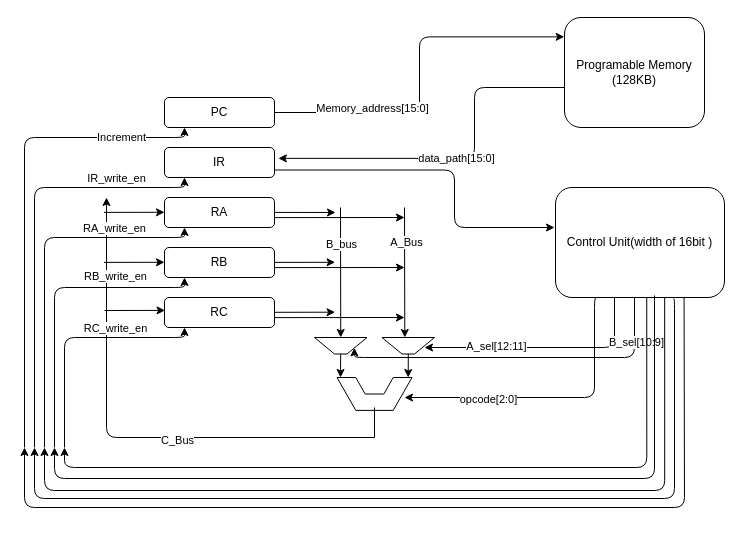
Before: Untitled Diagram.drawio in yasastharinda9511/small_processor, a draw.io diagram. Source tidied: cells renumbered, new cells numbered last; positions are measured from the earlier drawing's top-left corner, leaving out a move shared by most shapes. Both pictures are drawn from the tidied source at 100%, with x=0, y=0 at pixel (24, 17).
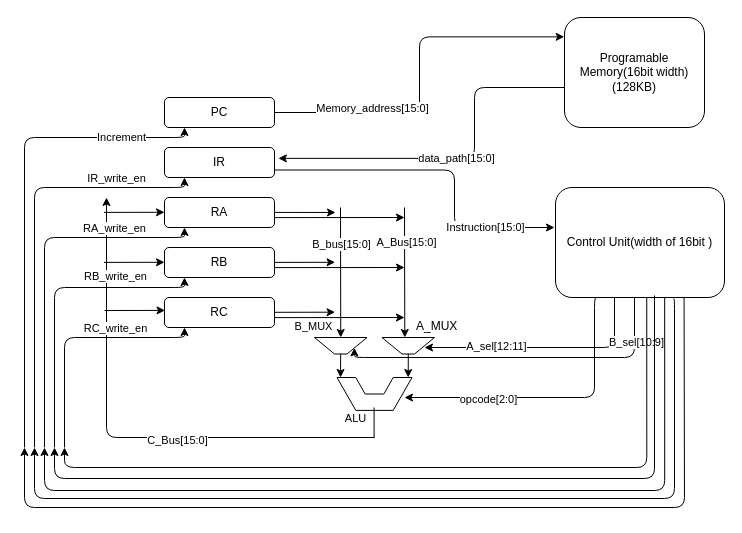
The same diagram, later.

Unchanged cells that the change refers to:
```xml
<mxCell id="10" style="group;" parent="7" vertex="1">
  <mxGeometry x="22.5" y="40" width="75" height="32.9" as="geometry" />
</mxCell>
<mxCell id="13" style="endArrow=none;html=1;" parent="10" edge="1">
  <mxGeometry relative="1" as="geometry">
    <mxPoint x="18.8" y="32.9" as="sourcePoint" />
    <mxPoint as="targetPoint" />
  </mxGeometry>
</mxCell>
<mxCell id="21" style="edgeStyle=segmentEdgeStyle;endArrow=classic;html=1;jumpSize=0;" parent="1" edge="1">
  <mxGeometry relative="1" as="geometry">
    <mxPoint x="350" y="420" as="sourcePoint" />
    <mxPoint x="82" y="180" as="targetPoint" />
  </mxGeometry>
</mxCell>
<mxCell id="27" style="endArrow=classic;html=1;strokeWidth=1;entryX=0.5;entryY=1;entryDx=0;entryDy=0;" parent="1" edge="1" target="8">
  <mxGeometry relative="1" as="geometry">
    <mxPoint x="316" y="190" as="sourcePoint" />
  </mxGeometry>
</mxCell>
<mxCell id="29" style="endArrow=classic;html=1;strokeWidth=1;entryX=0.5;entryY=1;entryDx=0;entryDy=0;" parent="1" edge="1">
  <mxGeometry relative="1" as="geometry">
    <mxPoint x="380" y="190" as="sourcePoint" />
    <mxPoint x="380.3" y="320" as="targetPoint" />
  </mxGeometry>
</mxCell>
<mxCell id="42" style="edgeStyle=elbowEdgeStyle;elbow=horizontal;endArrow=classic;html=1;strokeWidth=1;exitX=1;exitY=0.75;exitDx=0;exitDy=0;" parent="1" edge="1" source="3">
  <mxGeometry relative="1" as="geometry">
    <mxPoint x="530" y="210" as="targetPoint" />
    <Array as="points">
      <mxPoint x="430" y="160" />
      <mxPoint x="450" y="160" />
      <mxPoint x="280" y="145" />
      <mxPoint x="260" y="150" />
      <mxPoint x="450" y="210" />
    </Array>
  </mxGeometry>
</mxCell>
```

Change to the diagram source:
```diff
@@
+    <mxCell id="64" value="ALU" style="edgeLabel;html=1;align=center;verticalAlign=middle;" parent="13" vertex="1">
+      <mxGeometry x="-0.45" y="-7" relative="1" as="geometry">
+        <mxPoint x="-2" y="19.9" as="offset" />
+      </mxGeometry>
+    </mxCell>
@@
+    <mxCell id="23" style="endArrow=none;html=1;strokeWidth=1;" parent="10" edge="1">
+      <mxGeometry relative="1" as="geometry">
+        <mxPoint x="37.1" y="60" as="sourcePoint" />
+        <mxPoint x="37.1" y="30" as="targetPoint" />
+      </mxGeometry>
+    </mxCell>
@@
-    <mxCell id="22" value="C_Bus" style="edgeLabel;html=1;align=center;verticalAlign=middle;" parent="21" vertex="1">
+    <mxCell id="22" value="C_Bus[15:0]" style="edgeLabel;html=1;align=center;verticalAlign=middle;" parent="21" vertex="1">
       <mxGeometry x="-0.22" y="2" relative="1" as="geometry" />
     </mxCell>
-    <mxCell id="23" style="endArrow=none;html=1;strokeWidth=1;" parent="1" edge="1">
-      <mxGeometry relative="1" as="geometry">
-        <mxPoint x="350" y="420" as="sourcePoint" />
-        <mxPoint x="350" y="390" as="targetPoint" />
-      </mxGeometry>
-    </mxCell>
@@
-    <mxCell id="28" value="B_bus" style="edgeLabel;html=1;align=center;verticalAlign=middle;" parent="27" vertex="1">
+    <mxCell id="28" value="B_bus[15:0]" style="edgeLabel;html=1;align=center;verticalAlign=middle;" parent="27" vertex="1">
       <mxGeometry x="-0.43" relative="1" as="geometry" />
     </mxCell>
@@
-    <mxCell id="30" value="A_Bus" style="edgeLabel;html=1;align=center;verticalAlign=middle;" parent="29" vertex="1">
+    <mxCell id="30" value="A_Bus[15:0]" style="edgeLabel;html=1;align=center;verticalAlign=middle;" parent="29" vertex="1">
       <mxGeometry x="-0.46" y="1" relative="1" as="geometry" />
     </mxCell>
@@
-    <mxCell id="37" value="Programable Memory (128KB)" style="rounded=1;whiteSpace=wrap;html=1;strokeWidth=1;" parent="1" vertex="1">
+    <mxCell id="37" value="Programable Memory(16bit width) (128KB)" style="rounded=1;whiteSpace=wrap;html=1;strokeWidth=1;" parent="1" vertex="1">
       <mxGeometry x="540" width="140" height="110" as="geometry" />
     </mxCell>
@@
+    <mxCell id="65" value="Instruction[15:0]" style="edgeLabel;html=1;align=center;verticalAlign=middle;" parent="42" vertex="1">
+      <mxGeometry x="0.59" y="1" relative="1" as="geometry" />
+    </mxCell>
@@
+    <mxCell id="66" value="B_MUX" style="edgeLabel;html=1;align=center;verticalAlign=middle;" parent="1" vertex="1">
+      <mxGeometry x="330" y="400" as="geometry">
+        <mxPoint x="-42" y="-92" as="offset" />
+      </mxGeometry>
+    </mxCell>
+    <mxCell id="67" value="A_MUX" style="text;whiteSpace=wrap;html=1;" parent="1" vertex="1">
+      <mxGeometry x="390" y="295" width="70" height="30" as="geometry" />
+    </mxCell>
```
